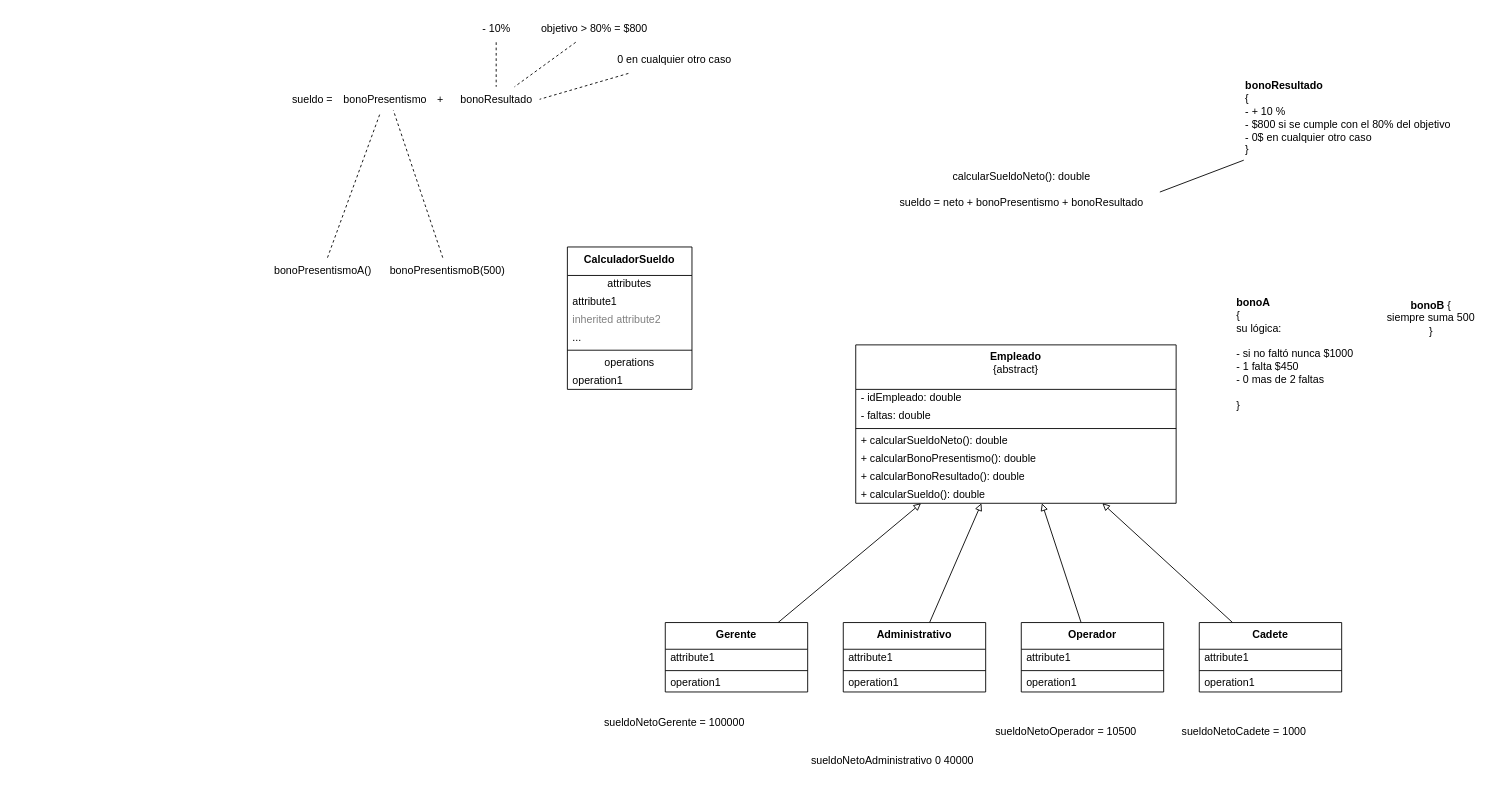
The draw.io diagram src/Herencia/Herencia02_sueldos/Herencia02_CS.dio in gastonjavierricchiardi/ejercicios-csharp-utn-2026, before the edit. Source tidied: cells renumbered, new cells numbered last; positions are measured from the earlier drawing's top-left corner, leaving out a move shared by most shapes. Both pictures are drawn from the tidied source at 89%, with x=0, y=0 at pixel (264, 15).
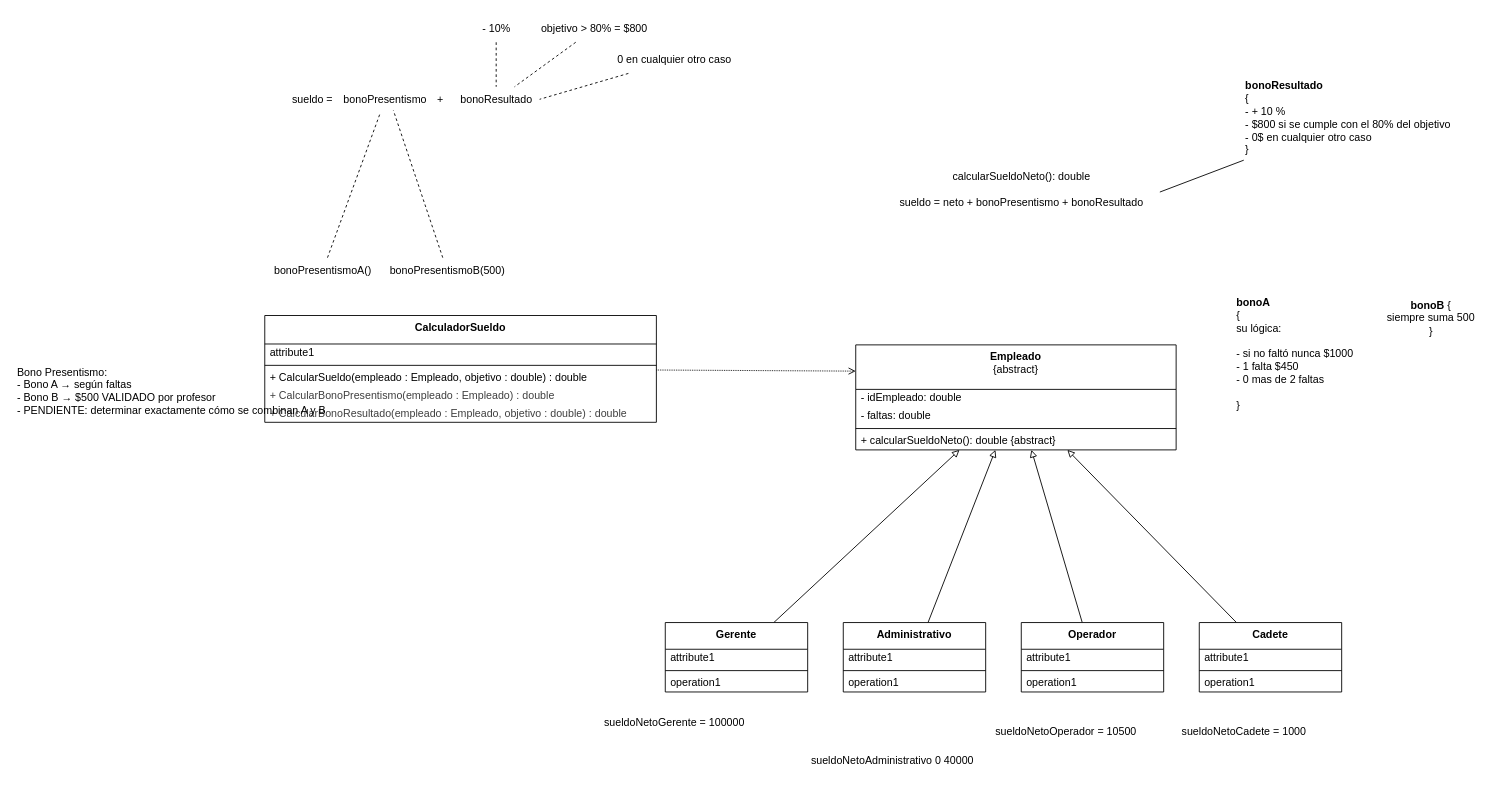
Above is the later version.

Commit message:
Subimos el diagrama temporal del Ejercicio de Herencia de Sueldos.

What changed in the source:
```diff
@@
     <mxCell id="2" value="&lt;b&gt;Empleado&lt;/b&gt;&lt;br&gt;{abstract}" style="swimlane;fontStyle=0;align=center;verticalAlign=top;horizontal=1;startSize=50;html=1;whiteSpace=wrap;" parent="1" vertex="1">
-      <mxGeometry x="664" y="370" width="360" height="178" as="geometry" />
+      <mxGeometry x="664" y="370" width="360" height="118" as="geometry" />
     </mxCell>
@@
-    <mxCell id="6" value="+ calcularSueldoNeto(): double" style="text;html=1;strokeColor=none;fillColor=none;align=left;verticalAlign=middle;spacingLeft=4;spacingRight=4;overflow=hidden;whiteSpace=wrap;" parent="2" vertex="1">
+    <mxCell id="6" value="+ calcularSueldoNeto(): double {abstract}" style="text;html=1;strokeColor=none;fillColor=none;align=left;verticalAlign=middle;spacingLeft=4;spacingRight=4;overflow=hidden;whiteSpace=wrap;" parent="2" vertex="1">
       <mxGeometry y="98" width="360" height="20" as="geometry" />
     </mxCell>
-    <mxCell id="7" value="+ calcularBonoPresentismo(): double" style="text;html=1;strokeColor=none;fillColor=none;align=left;verticalAlign=middle;spacingLeft=4;spacingRight=4;overflow=hidden;whiteSpace=wrap;" parent="2" vertex="1">
-      <mxGeometry y="118" width="360" height="20" as="geometry" />
-    </mxCell>
-    <mxCell id="8" value="+ calcularBonoResultado(): double" style="text;html=1;strokeColor=none;fillColor=none;align=left;verticalAlign=middle;spacingLeft=4;spacingRight=4;overflow=hidden;whiteSpace=wrap;" parent="2" vertex="1">
-      <mxGeometry y="138" width="360" height="20" as="geometry" />
-    </mxCell>
-    <mxCell id="9" value="+ calcularSueldo(): double" style="text;html=1;strokeColor=none;fillColor=none;align=left;verticalAlign=middle;spacingLeft=4;spacingRight=4;overflow=hidden;whiteSpace=wrap;" parent="2" vertex="1">
-      <mxGeometry y="158" width="360" height="20" as="geometry" />
-    </mxCell>
@@
+    <mxCell id="61" style="edgeStyle=none;html=1;entryX=0;entryY=0.25;entryDx=0;entryDy=0;dashed=1;dashPattern=1 1;endArrow=open;endFill=0;" parent="1" edge="1" source="53" target="2">
+      <mxGeometry relative="1" as="geometry" />
+    </mxCell>
     <mxCell id="53" value="&lt;b&gt;CalculadorSueldo&lt;/b&gt;" style="swimlane;fontStyle=0;align=center;verticalAlign=top;horizontal=1;startSize=32;html=1;whiteSpace=wrap;" parent="1" vertex="1">
-      <mxGeometry x="340" y="260" width="140" height="160" as="geometry" />
+      <mxGeometry y="337" width="440" height="120" as="geometry" />
     </mxCell>
-    <mxCell id="54" value="attributes" style="text;html=1;strokeColor=none;fillColor=none;align=center;verticalAlign=middle;spacingLeft=4;spacingRight=4;overflow=hidden;whiteSpace=wrap;" parent="53" vertex="1">
-      <mxGeometry y="32" width="140" height="20" as="geometry" />
-    </mxCell>
     <mxCell id="55" value="attribute1" style="text;html=1;strokeColor=none;fillColor=none;align=left;verticalAlign=middle;spacingLeft=4;spacingRight=4;overflow=hidden;whiteSpace=wrap;" parent="53" vertex="1">
-      <mxGeometry y="52" width="140" height="20" as="geometry" />
+      <mxGeometry y="32" width="440" height="20" as="geometry" />
     </mxCell>
-    <mxCell id="56" value="inherited attribute2" style="text;html=1;strokeColor=none;fillColor=none;align=left;verticalAlign=middle;spacingLeft=4;spacingRight=4;overflow=hidden;fontColor=#808080;whiteSpace=wrap;" parent="53" vertex="1">
-      <mxGeometry y="72" width="140" height="20" as="geometry" />
-    </mxCell>
-    <mxCell id="57" value="..." style="text;html=1;strokeColor=none;fillColor=none;align=left;verticalAlign=middle;spacingLeft=4;spacingRight=4;overflow=hidden;whiteSpace=wrap;" parent="53" vertex="1">
-      <mxGeometry y="92" width="140" height="20" as="geometry" />
-    </mxCell>
     <mxCell id="58" style="line;strokeWidth=1;fillColor=none;align=left;verticalAlign=middle;spacingTop=-1;spacingLeft=3;spacingRight=3;labelPosition=right;" parent="53" vertex="1">
-      <mxGeometry y="112" width="140" height="8" as="geometry" />
+      <mxGeometry y="52" width="440" height="8" as="geometry" />
     </mxCell>
-    <mxCell id="59" value="operations" style="text;html=1;strokeColor=none;fillColor=none;align=center;verticalAlign=middle;spacingLeft=4;spacingRight=4;overflow=hidden;whiteSpace=wrap;" parent="53" vertex="1">
-      <mxGeometry y="120" width="140" height="20" as="geometry" />
-    </mxCell>
-    <mxCell id="60" value="operation1" style="text;html=1;strokeColor=none;fillColor=none;align=left;verticalAlign=middle;spacingLeft=4;spacingRight=4;overflow=hidden;whiteSpace=wrap;" parent="53" vertex="1">
-      <mxGeometry y="140" width="140" height="20" as="geometry" />
-    </mxCell>
+    <mxCell id="9" value="&lt;span style=&quot;color: rgb(0, 0, 0); text-align: center; white-space: nowrap;&quot;&gt;+ CalcularSueldo(empleado : Empleado, objetivo : double) : double&lt;/span&gt;" style="text;html=1;strokeColor=none;fillColor=none;align=left;verticalAlign=middle;spacingLeft=4;spacingRight=4;overflow=hidden;whiteSpace=wrap;" parent="53" vertex="1">
+      <mxGeometry y="60" width="440" height="20" as="geometry" />
+    </mxCell>
+    <mxCell id="7" value="&lt;div style=&quot;color: rgb(63, 63, 63); scrollbar-color: rgb(226, 226, 226) rgb(251, 251, 251); text-align: center; white-space: nowrap;&quot;&gt;&lt;span style=&quot;color: rgb(63, 63, 63); scrollbar-color: rgb(226, 226, 226) rgb(251, 251, 251); background-color: transparent;&quot;&gt;+ CalcularBonoPresentismo(empleado : Empleado) : double&lt;/span&gt;&lt;/div&gt;" style="text;html=1;strokeColor=none;fillColor=none;align=left;verticalAlign=middle;spacingLeft=4;spacingRight=4;overflow=hidden;whiteSpace=wrap;" parent="53" vertex="1">
+      <mxGeometry y="80" width="440" height="20" as="geometry" />
+    </mxCell>
+    <mxCell id="8" value="&lt;span style=&quot;color: rgb(63, 63, 63); text-align: center; white-space: nowrap;&quot;&gt;+ CalcularBonoResultado(empleado : Empleado, objetivo : double) : double&lt;/span&gt;" style="text;html=1;strokeColor=none;fillColor=none;align=left;verticalAlign=middle;spacingLeft=4;spacingRight=4;overflow=hidden;whiteSpace=wrap;" parent="53" vertex="1">
+      <mxGeometry y="100" width="440" height="20" as="geometry" />
+    </mxCell>
+    <mxCell id="62" value="&lt;div&gt;&lt;font color=&quot;#000000&quot;&gt;Bono Presentismo:&lt;/font&gt;&lt;/div&gt;&lt;div&gt;&lt;font color=&quot;#000000&quot;&gt;- Bono A → según faltas&lt;/font&gt;&lt;/div&gt;&lt;div&gt;&lt;font color=&quot;#000000&quot;&gt;- Bono B → $500 VALIDADO por profesor&lt;/font&gt;&lt;/div&gt;&lt;div&gt;&lt;font color=&quot;#000000&quot;&gt;- PENDIENTE: determinar exactamente cómo se combinan A y B&lt;/font&gt;&lt;/div&gt;" style="text;html=1;align=left;verticalAlign=middle;strokeColor=none;fillColor=none;" parent="1" vertex="1">
+      <mxGeometry x="-280" y="387" width="370" height="70" as="geometry" />
+    </mxCell>
```
